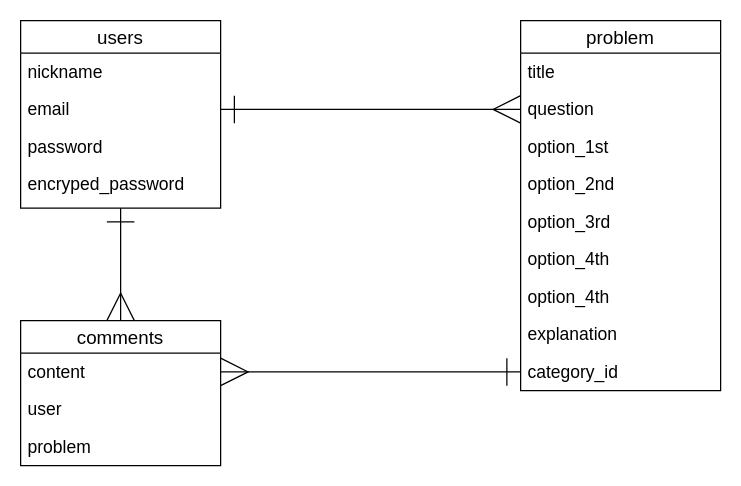
The draw.io diagram maquiz.dio in maxmyfriend/maquiz, before the edit. Source tidied: cells renumbered, new cells numbered last; positions are measured from the earlier drawing's top-left corner, leaving out a move shared by most shapes. Both pictures are drawn from the tidied source at 125%, with x=0, y=0 at pixel (20, 20).
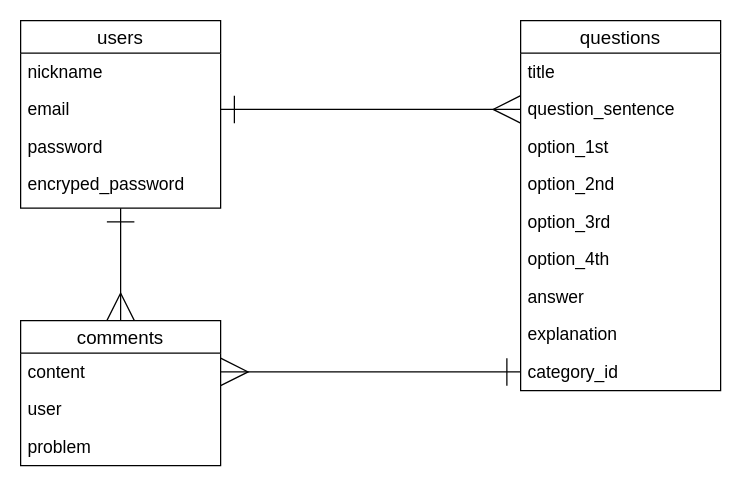
The same diagram, later.

Diff of the diagram source:
```diff
@@
-    <mxCell id="12" value="problem" style="swimlane;fontStyle=0;horizontal=1;startSize=26;align=center;fontSize=15;" parent="1" vertex="1">
+    <mxCell id="12" value="questions" style="swimlane;fontStyle=0;horizontal=1;startSize=26;align=center;fontSize=15;" parent="1" vertex="1">
       <mxGeometry x="400" width="160" height="296" as="geometry" />
     </mxCell>
@@
-    <mxCell id="14" value="question" style="text;strokeColor=none;fillColor=none;spacingLeft=4;spacingRight=4;overflow=hidden;points=[[0,0.5],[1,0.5]];portConstraint=eastwest;fontSize=14;" parent="12" vertex="1">
+    <mxCell id="14" value="question_sentence" style="text;strokeColor=none;fillColor=none;spacingLeft=4;spacingRight=4;overflow=hidden;points=[[0,0.5],[1,0.5]];portConstraint=eastwest;fontSize=14;" parent="12" vertex="1">
       <mxGeometry y="56" width="160" height="30" as="geometry" />
     </mxCell>
@@
-    <mxCell id="19" value="option_4th" style="text;strokeColor=none;fillColor=none;spacingLeft=4;spacingRight=4;overflow=hidden;fontSize=14;" parent="12" vertex="1">
+    <mxCell id="19" value="answer" style="text;strokeColor=none;fillColor=none;spacingLeft=4;spacingRight=4;overflow=hidden;fontSize=14;" parent="12" vertex="1">
       <mxGeometry y="206" width="160" height="30" as="geometry" />
     </mxCell>
```
